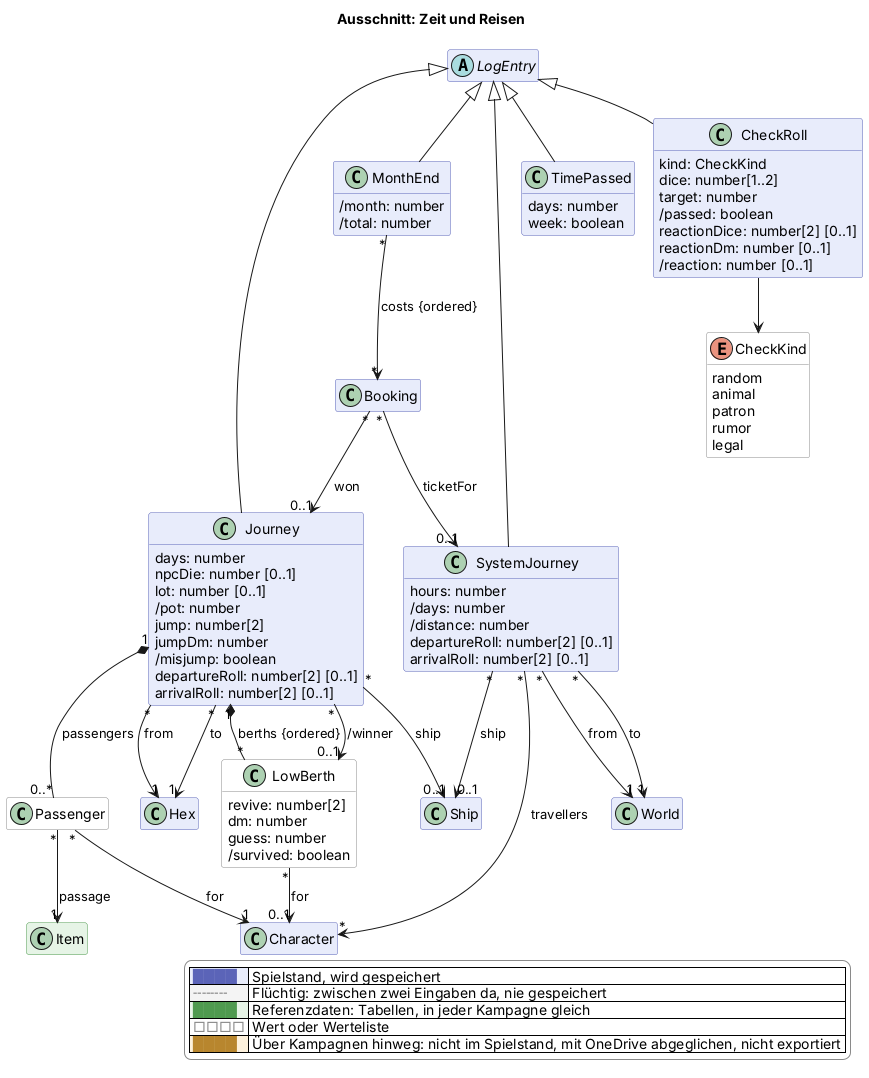
Before: docs/views/reise.png, a diagram exported from PlantUML (scuzzar/SRE).
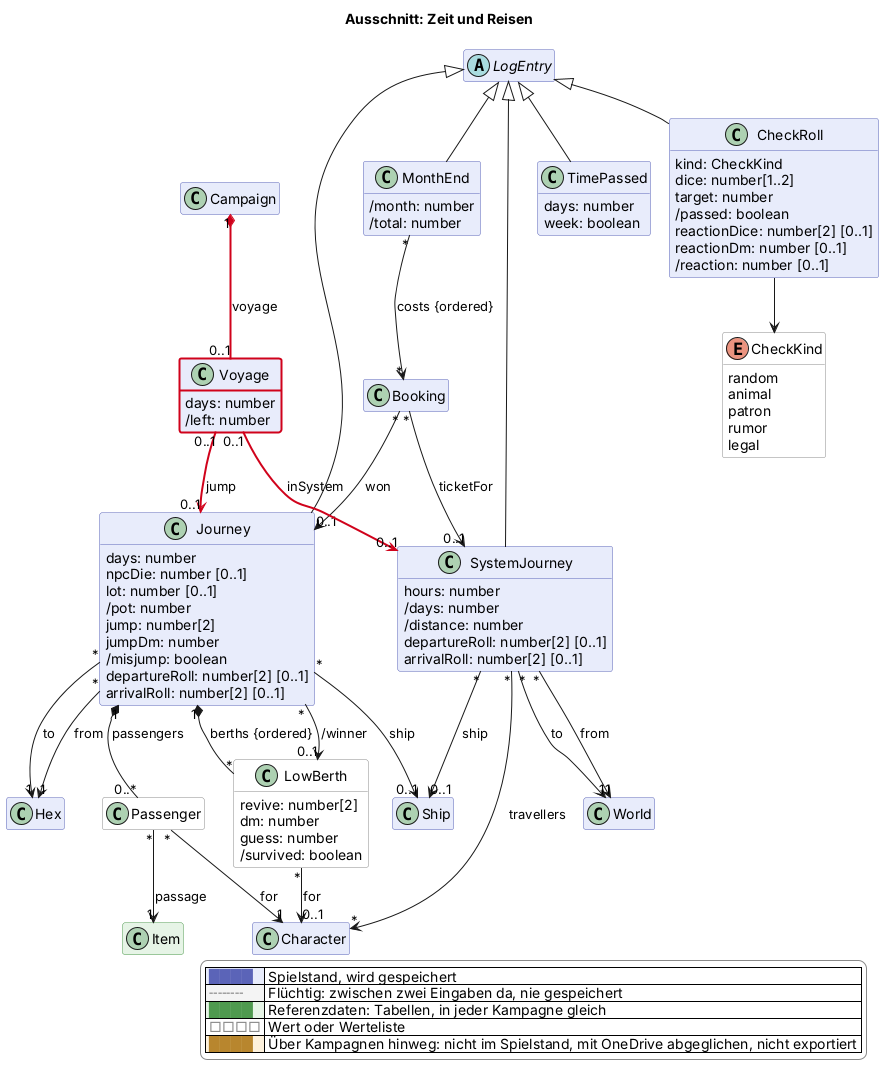
Above is the later version.

Commit message:
Reise Tag für Tag (Änderung 2026-11-22c, wartet auf Freigabe)

The edit, as a diff of the source:
```diff
@@ -69,6 +69,7 @@
 hide <<value>> stereotype
 hide <<browser>> stereotype
 
+  class Campaign $kampagne
   class Booking $shop
   class Character $charakter
 
@@ -119,6 +120,10 @@
   }
   class Passenger <<value>> $reise {
   }
+  class Voyage $reise $newClass("2026-11-22c") {
+    days: number
+    /left: number
+  }
   class SystemJourney $reise {
     hours: number
     /days: number
@@ -160,6 +165,9 @@
 SystemJourney "*" --> "1" World : to
 SystemJourney "*" --> "*" Character : travellers
 SystemJourney "*" --> "0..1" Ship : ship
+Campaign "1" *-$newArrow("2026-11-22c")- "0..1" Voyage : voyage
+Voyage "0..1" -$newArrow("2026-11-22c")-> "0..1" Journey : jump
+Voyage "0..1" -$newArrow("2026-11-22c")-> "0..1" SystemJourney : inSystem
 Booking "*" --> "0..1" SystemJourney : ticketFor
 
 
```
